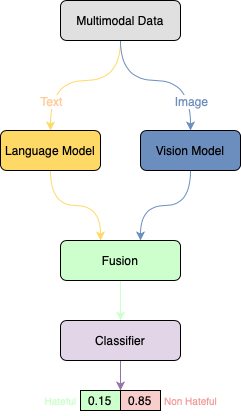
JanLeyva/approach_TFM keeps this draw.io diagram as Diagrama sense títol.drawio.png. Above is the earlier version. Source tidied: cells renumbered, new cells last; positions are measured from the earlier drawing's top-left corner, leaving out a move shared by most shapes.
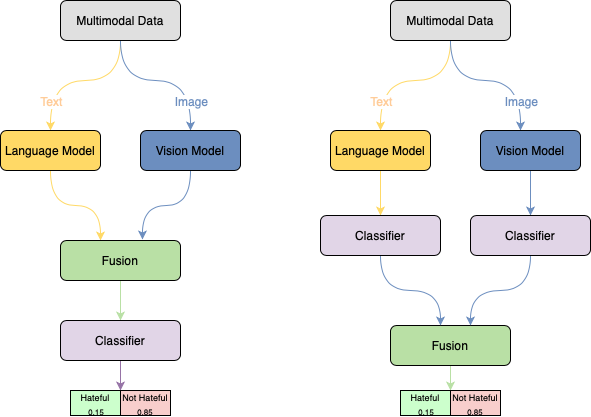
The same file after the commit.

Diff of the diagram source:
```diff
@@ -41,20 +41,18 @@
     <mxCell id="8" value="&lt;font color=&quot;#000000&quot;&gt;Language Model&lt;/font&gt;" style="rounded=1;whiteSpace=wrap;html=1;fontSize=12;fontColor=#FFCC99;strokeColor=#000000;fillColor=#FFD966;" parent="1" vertex="1">
       <mxGeometry y="130" width="100" height="40" as="geometry" />
     </mxCell>
-    <mxCell id="9" style="edgeStyle=orthogonalEdgeStyle;curved=1;rounded=0;jettySize=auto;html=1;fontSize=12;fontColor=#000000;strokeColor=#6C8EBF;" parent="1" edge="1" source="10">
-      <mxGeometry relative="1" as="geometry">
-        <mxPoint x="140" y="240" as="targetPoint" />
-      </mxGeometry>
-    </mxCell>
+    <mxCell id="19" style="edgeStyle=orthogonalEdgeStyle;curved=1;rounded=0;jettySize=auto;html=1;fontSize=10;fontColor=#CCFFCC;strokeColor=#6C8EBF;entryX=0.683;entryY=-0.025;entryDx=0;entryDy=0;entryPerimeter=0;" parent="1" edge="1" source="10" target="12">
+      <mxGeometry relative="1" as="geometry" />
+    </mxCell>
     <mxCell id="10" value="&lt;font color=&quot;#000000&quot;&gt;Vision Model&lt;/font&gt;" style="rounded=1;whiteSpace=wrap;html=1;fontSize=12;fontColor=#FFCC99;strokeColor=#000000;fillColor=#6C8EBF;" parent="1" vertex="1">
       <mxGeometry x="140" y="130" width="100" height="40" as="geometry" />
     </mxCell>
-    <mxCell id="11" style="edgeStyle=orthogonalEdgeStyle;curved=1;rounded=0;jettySize=auto;html=1;fontSize=12;fontColor=#000000;strokeColor=#CCFFCC;fillColor=#d5e8d4;" parent="1" edge="1" source="12">
+    <mxCell id="11" style="edgeStyle=orthogonalEdgeStyle;curved=1;rounded=0;jettySize=auto;html=1;fontSize=12;fontColor=#000000;strokeColor=#B9E0A5;fillColor=#d5e8d4;" parent="1" edge="1" source="12">
       <mxGeometry relative="1" as="geometry">
         <mxPoint x="120" y="320" as="targetPoint" />
       </mxGeometry>
     </mxCell>
-    <mxCell id="12" value="Fusion" style="rounded=1;whiteSpace=wrap;html=1;fontSize=12;fontColor=#000000;strokeColor=#000000;fillColor=#CCFFCC;" parent="1" vertex="1">
+    <mxCell id="12" value="Fusion" style="rounded=1;whiteSpace=wrap;html=1;fontSize=12;fontColor=#000000;strokeColor=#000000;fillColor=#B9E0A5;" parent="1" vertex="1">
       <mxGeometry x="60" y="240" width="120" height="40" as="geometry" />
     </mxCell>
     <mxCell id="13" style="edgeStyle=orthogonalEdgeStyle;curved=1;rounded=0;jettySize=auto;html=1;exitX=0.5;exitY=1;exitDx=0;exitDy=0;fontSize=12;fontColor=#000000;strokeColor=#9673a6;fillColor=#e1d5e7;" parent="1" edge="1" source="14">
@@ -65,17 +63,86 @@
     <mxCell id="14" value="Classifier" style="rounded=1;whiteSpace=wrap;html=1;fontSize=12;strokeColor=#000000;fillColor=#e1d5e7;" parent="1" vertex="1">
       <mxGeometry x="60" y="320" width="120" height="40" as="geometry" />
     </mxCell>
-    <mxCell id="15" value="0.15" style="rounded=0;whiteSpace=wrap;html=1;fontSize=12;fontColor=#000000;strokeColor=#000000;fillColor=#CCFFCC;" parent="1" vertex="1">
-      <mxGeometry x="80" y="390" width="40" height="20" as="geometry" />
+    <mxCell id="15" value="&lt;font&gt;&lt;span style=&quot;caret-color: rgb(204, 255, 204);&quot;&gt;&lt;font style=&quot;font-size: 9px;&quot;&gt;Hateful&lt;/font&gt;&lt;br&gt;&lt;span style=&quot;font-size: 8px;&quot;&gt;&amp;nbsp;&lt;/span&gt;&lt;/span&gt;&lt;span style=&quot;font-size: 8px;&quot;&gt;0.15&lt;/span&gt;&lt;/font&gt;" style="rounded=0;whiteSpace=wrap;html=1;fontSize=12;fontColor=#000000;strokeColor=#000000;fillColor=#CCFFCC;" parent="1" vertex="1">
+      <mxGeometry x="70" y="390" width="50" height="25" as="geometry" />
     </mxCell>
-    <mxCell id="16" value="0.85" style="rounded=0;whiteSpace=wrap;html=1;fontSize=12;strokeColor=#000000;fillColor=#f8cecc;" parent="1" vertex="1">
-      <mxGeometry x="120" y="390" width="40" height="20" as="geometry" />
+    <mxCell id="16" value="&lt;font style=&quot;font-size: 9px;&quot;&gt;Not Hateful&lt;br&gt;&lt;font style=&quot;font-size: 8px;&quot;&gt;0.85&lt;/font&gt;&lt;br&gt;&lt;/font&gt;" style="rounded=0;whiteSpace=wrap;html=1;fontSize=12;strokeColor=#000000;fillColor=#f8cecc;" parent="1" vertex="1">
+      <mxGeometry x="120" y="390" width="50" height="25" as="geometry" />
     </mxCell>
-    <mxCell id="17" value="&lt;font style=&quot;font-size: 10px;&quot;&gt;Hateful&lt;/font&gt;" style="text;html=1;align=center;verticalAlign=middle;strokeColor=none;fillColor=none;fontSize=12;fontColor=#CCFFCC;" parent="1" vertex="1">
-      <mxGeometry x="30" y="385" width="60" height="30" as="geometry" />
-    </mxCell>
-    <mxCell id="18" value="&lt;font color=&quot;#f19c99&quot; style=&quot;font-size: 10px;&quot;&gt;Non Hateful&lt;/font&gt;" style="text;html=1;align=center;verticalAlign=middle;strokeColor=none;fillColor=none;fontSize=12;fontColor=#CCFFCC;" parent="1" vertex="1">
-      <mxGeometry x="150" y="385" width="80" height="30" as="geometry" />
-    </mxCell>
+    <mxCell id="20" style="edgeStyle=orthogonalEdgeStyle;rounded=0;jettySize=auto;html=1;exitX=0.5;exitY=1;exitDx=0;exitDy=0;curved=1;strokeColor=#FFD966;" parent="1" edge="1" source="24">
+      <mxGeometry relative="1" as="geometry">
+        <mxPoint x="380" y="130" as="targetPoint" />
+        <Array as="points">
+          <mxPoint x="450" y="80" />
+          <mxPoint x="380" y="80" />
+        </Array>
+      </mxGeometry>
+    </mxCell>
+    <mxCell id="21" value="Text" style="edgeLabel;html=1;align=center;verticalAlign=middle;fontSize=12;strokeColor=#FFE6CC;fontColor=#FFCC99;" parent="20" vertex="1">
+      <mxGeometry x="-0.12" relative="1" as="geometry">
+        <mxPoint x="-40" y="20" as="offset" />
+      </mxGeometry>
+    </mxCell>
+    <mxCell id="22" style="edgeStyle=orthogonalEdgeStyle;rounded=0;jettySize=auto;html=1;curved=1;fillColor=#dae8fc;strokeColor=#6C8EBF;" parent="1" edge="1" source="24">
+      <mxGeometry relative="1" as="geometry">
+        <mxPoint x="520" y="130" as="targetPoint" />
+        <Array as="points">
+          <mxPoint x="450" y="80" />
+          <mxPoint x="520" y="80" />
+        </Array>
+      </mxGeometry>
+    </mxCell>
+    <mxCell id="23" value="Image" style="edgeLabel;html=1;align=center;verticalAlign=middle;fontSize=12;fontColor=#6C8EBF;" parent="22" vertex="1">
+      <mxGeometry x="0.05" y="-1" relative="1" as="geometry">
+        <mxPoint x="26" y="19" as="offset" />
+      </mxGeometry>
+    </mxCell>
+    <mxCell id="24" value="Multimodal Data" style="rounded=1;whiteSpace=wrap;html=1;fillColor=#E0E0E0;" parent="1" vertex="1">
+      <mxGeometry x="390" width="120" height="40" as="geometry" />
+    </mxCell>
+    <mxCell id="25" style="edgeStyle=orthogonalEdgeStyle;curved=1;rounded=0;jettySize=auto;html=1;fontSize=12;fontColor=#000000;strokeColor=#FFD966;" parent="1" edge="1" source="26">
+      <mxGeometry relative="1" as="geometry">
+        <mxPoint x="380" y="215" as="targetPoint" />
+      </mxGeometry>
+    </mxCell>
+    <mxCell id="26" value="&lt;font color=&quot;#000000&quot;&gt;Language Model&lt;/font&gt;" style="rounded=1;whiteSpace=wrap;html=1;fontSize=12;fontColor=#FFCC99;strokeColor=#000000;fillColor=#FFD966;" parent="1" vertex="1">
+      <mxGeometry x="330" y="130" width="100" height="40" as="geometry" />
+    </mxCell>
+    <mxCell id="27" style="edgeStyle=orthogonalEdgeStyle;curved=1;rounded=0;jettySize=auto;html=1;fontSize=10;fontColor=#CCFFCC;strokeColor=#B9E0A5;entryX=0;entryY=0;entryDx=0;entryDy=0;" parent="1" edge="1" source="28" target="36">
+      <mxGeometry relative="1" as="geometry" />
+    </mxCell>
+    <mxCell id="28" value="Fusion" style="rounded=1;whiteSpace=wrap;html=1;fontSize=12;fontColor=#000000;strokeColor=#000000;fillColor=#B9E0A5;" parent="1" vertex="1">
+      <mxGeometry x="390" y="325" width="120" height="40" as="geometry" />
+    </mxCell>
+    <mxCell id="29" style="edgeStyle=orthogonalEdgeStyle;curved=1;rounded=0;jettySize=auto;html=1;fontSize=10;fontColor=#6C8EBF;strokeColor=#6C8EBF;" parent="1" edge="1" source="30">
+      <mxGeometry relative="1" as="geometry">
+        <mxPoint x="440" y="325" as="targetPoint" />
+      </mxGeometry>
+    </mxCell>
+    <mxCell id="30" value="Classifier" style="rounded=1;whiteSpace=wrap;html=1;fontSize=12;strokeColor=#000000;fillColor=#e1d5e7;" parent="1" vertex="1">
+      <mxGeometry x="320" y="215" width="120" height="40" as="geometry" />
+    </mxCell>
+    <mxCell id="31" style="edgeStyle=orthogonalEdgeStyle;curved=1;rounded=0;jettySize=auto;html=1;fontSize=10;fontColor=#6C8EBF;strokeColor=#6C8EBF;" parent="1" edge="1" source="32">
+      <mxGeometry relative="1" as="geometry">
+        <mxPoint x="530" y="215" as="targetPoint" />
+      </mxGeometry>
+    </mxCell>
+    <mxCell id="32" value="&lt;font color=&quot;#000000&quot;&gt;Vision Model&lt;/font&gt;" style="rounded=1;whiteSpace=wrap;html=1;fontSize=12;fontColor=#FFCC99;strokeColor=#000000;fillColor=#6C8EBF;" parent="1" vertex="1">
+      <mxGeometry x="480" y="130" width="100" height="40" as="geometry" />
+    </mxCell>
+    <mxCell id="33" style="edgeStyle=orthogonalEdgeStyle;curved=1;rounded=0;jettySize=auto;html=1;exitX=0.5;exitY=1;exitDx=0;exitDy=0;fontSize=10;fontColor=#6C8EBF;strokeColor=#6C8EBF;" parent="1" edge="1" source="34">
+      <mxGeometry relative="1" as="geometry">
+        <mxPoint x="470" y="325" as="targetPoint" />
+      </mxGeometry>
+    </mxCell>
+    <mxCell id="34" value="Classifier" style="rounded=1;whiteSpace=wrap;html=1;fontSize=12;strokeColor=#000000;fillColor=#e1d5e7;" parent="1" vertex="1">
+      <mxGeometry x="470" y="215" width="120" height="40" as="geometry" />
+    </mxCell>
+    <mxCell id="35" value="&lt;font&gt;&lt;span style=&quot;caret-color: rgb(204, 255, 204);&quot;&gt;&lt;font style=&quot;font-size: 9px;&quot;&gt;Hateful&lt;/font&gt;&lt;br&gt;&lt;span style=&quot;font-size: 8px;&quot;&gt;&amp;nbsp;&lt;/span&gt;&lt;/span&gt;&lt;span style=&quot;font-size: 8px;&quot;&gt;0.15&lt;/span&gt;&lt;/font&gt;" style="rounded=0;whiteSpace=wrap;html=1;fontSize=12;fontColor=#000000;strokeColor=#000000;fillColor=#CCFFCC;" parent="1" vertex="1">
+      <mxGeometry x="400" y="390" width="50" height="25" as="geometry" />
+    </mxCell>
+    <mxCell id="36" value="&lt;font&gt;&lt;font style=&quot;font-size: 8px;&quot;&gt;&lt;span style=&quot;font-size: 9px;&quot;&gt;Not Hateful&lt;/span&gt;&lt;br style=&quot;font-size: 9px;&quot;&gt;0.85&lt;/font&gt;&lt;br&gt;&lt;/font&gt;" style="rounded=0;whiteSpace=wrap;html=1;fontSize=12;strokeColor=#000000;fillColor=#f8cecc;" parent="1" vertex="1">
+      <mxGeometry x="450" y="390" width="50" height="25" as="geometry" />
+    </mxCell>
   </root>
 </mxGraphModel>
```
